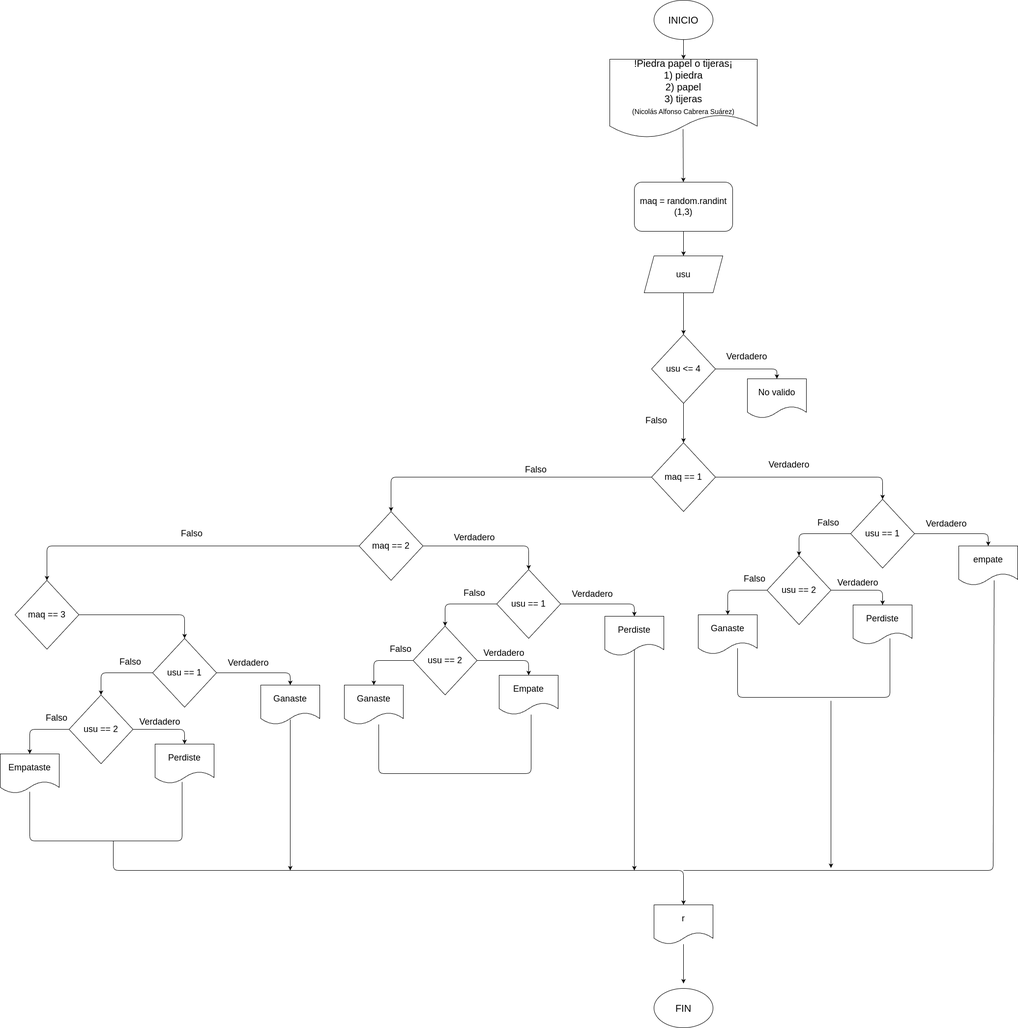
Earlier version of the draw.io export Diagrama.png (Nicolas942/Piedra_papel_tijeras). Source tidied: cells renumbered, new cells last; positions are measured from the earlier drawing's top-left corner, leaving out a move shared by most shapes.
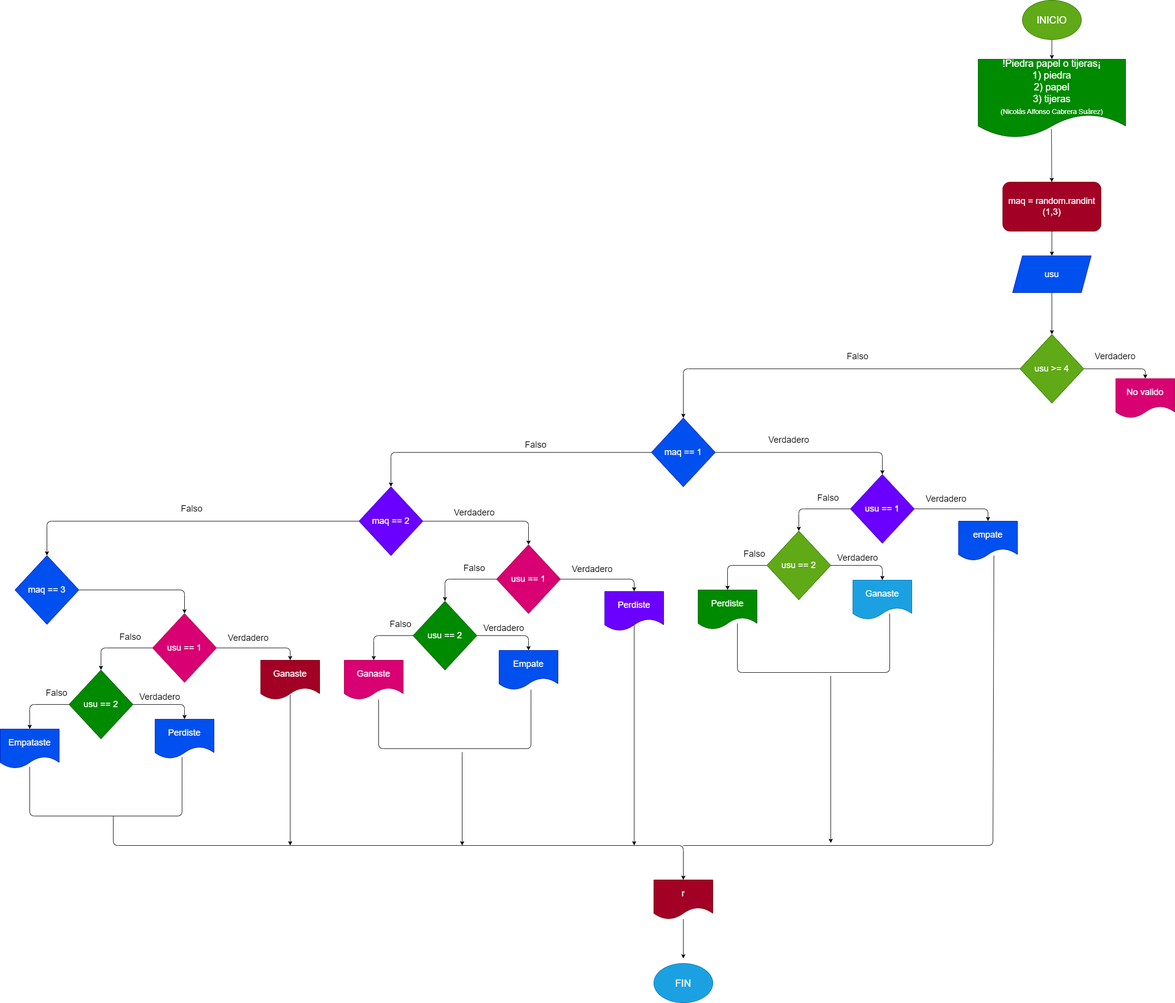
Above is the later version.

Change to the diagram source:
```diff
@@ -5,26 +5,26 @@
     <mxCell id="2" style="edgeStyle=none;html=1;fontSize=18;" parent="1" edge="1" source="3" target="5">
       <mxGeometry relative="1" as="geometry" />
     </mxCell>
-    <mxCell id="3" value="&lt;font style=&quot;font-size: 20px;&quot;&gt;INICIO&lt;/font&gt;" style="ellipse;whiteSpace=wrap;html=1;" parent="1" vertex="1">
-      <mxGeometry x="1330" width="120" height="80" as="geometry" />
+    <mxCell id="3" value="&lt;font style=&quot;font-size: 20px;&quot;&gt;INICIO&lt;/font&gt;" style="ellipse;whiteSpace=wrap;html=1;fillColor=#60a917;fontColor=#ffffff;strokeColor=#2D7600;" parent="1" vertex="1">
+      <mxGeometry x="2080" y="50" width="120" height="80" as="geometry" />
     </mxCell>
     <mxCell id="4" style="edgeStyle=none;html=1;fontSize=18;exitX=0.497;exitY=0.888;exitDx=0;exitDy=0;exitPerimeter=0;" parent="1" edge="1" source="5" target="7">
       <mxGeometry relative="1" as="geometry" />
     </mxCell>
-    <mxCell id="5" value="!Piedra papel o tijeras¡&lt;br&gt;1) piedra&lt;br&gt;2) papel&lt;br&gt;3) tijeras&lt;br&gt;&lt;div style=&quot;&quot;&gt;&lt;span style=&quot;font-size: 14px; background-color: initial;&quot;&gt;(Nicolás Alfonso Cabrera Suárez)&lt;/span&gt;&lt;/div&gt;" style="shape=document;whiteSpace=wrap;html=1;boundedLbl=1;fontSize=20;align=center;" parent="1" vertex="1">
-      <mxGeometry x="1240" y="120" width="300" height="160" as="geometry" />
+    <mxCell id="5" value="!Piedra papel o tijeras¡&lt;br&gt;1) piedra&lt;br&gt;2) papel&lt;br&gt;3) tijeras&lt;br&gt;&lt;div style=&quot;&quot;&gt;&lt;span style=&quot;font-size: 14px; background-color: initial;&quot;&gt;(Nicolás Alfonso Cabrera Suárez)&lt;/span&gt;&lt;/div&gt;" style="shape=document;whiteSpace=wrap;html=1;boundedLbl=1;fontSize=20;align=center;fillColor=#008a00;fontColor=#ffffff;strokeColor=#005700;" parent="1" vertex="1">
+      <mxGeometry x="1990" y="170" width="300" height="160" as="geometry" />
     </mxCell>
     <mxCell id="6" style="edgeStyle=none;html=1;fontSize=18;" parent="1" edge="1" source="7" target="9">
       <mxGeometry relative="1" as="geometry" />
     </mxCell>
-    <mxCell id="7" value="&lt;font style=&quot;font-size: 18px;&quot;&gt;maq = random.randint (1,3)&lt;/font&gt;" style="rounded=1;whiteSpace=wrap;html=1;fontSize=14;" parent="1" vertex="1">
-      <mxGeometry x="1290" y="370" width="200" height="100" as="geometry" />
+    <mxCell id="7" value="&lt;font style=&quot;font-size: 18px;&quot;&gt;maq = random.randint (1,3)&lt;/font&gt;" style="rounded=1;whiteSpace=wrap;html=1;fontSize=14;fillColor=#a20025;fontColor=#ffffff;strokeColor=#6F0000;" parent="1" vertex="1">
+      <mxGeometry x="2040" y="420" width="200" height="100" as="geometry" />
     </mxCell>
     <mxCell id="8" style="edgeStyle=none;html=1;fontSize=18;" parent="1" edge="1" source="9" target="46">
       <mxGeometry relative="1" as="geometry" />
     </mxCell>
-    <mxCell id="9" value="usu" style="shape=parallelogram;perimeter=parallelogramPerimeter;whiteSpace=wrap;html=1;fixedSize=1;fontSize=18;" parent="1" vertex="1">
-      <mxGeometry x="1310" y="520" width="160" height="75" as="geometry" />
+    <mxCell id="9" value="usu" style="shape=parallelogram;perimeter=parallelogramPerimeter;whiteSpace=wrap;html=1;fixedSize=1;fontSize=18;fillColor=#0050ef;fontColor=#ffffff;strokeColor=#001DBC;" parent="1" vertex="1">
+      <mxGeometry x="2060" y="570" width="160" height="75" as="geometry" />
     </mxCell>
     <mxCell id="10" style="edgeStyle=none;html=1;exitX=1;exitY=0.5;exitDx=0;exitDy=0;entryX=0.5;entryY=0;entryDx=0;entryDy=0;fontSize=18;" parent="1" edge="1" source="12" target="15">
       <mxGeometry relative="1" as="geometry">
@@ -40,7 +40,7 @@
         </Array>
       </mxGeometry>
     </mxCell>
-    <mxCell id="12" value="maq == 1" style="rhombus;whiteSpace=wrap;html=1;fontSize=18;" parent="1" vertex="1">
+    <mxCell id="12" value="maq == 1" style="rhombus;whiteSpace=wrap;html=1;fontSize=18;fillColor=#0050ef;fontColor=#ffffff;strokeColor=#001DBC;" parent="1" vertex="1">
       <mxGeometry x="1325" y="900" width="130" height="140" as="geometry" />
     </mxCell>
     <mxCell id="13" style="edgeStyle=none;html=1;entryX=0.5;entryY=0;entryDx=0;entryDy=0;fontSize=18;" parent="1" edge="1" source="15" target="19">
@@ -57,10 +57,10 @@
         </Array>
       </mxGeometry>
     </mxCell>
-    <mxCell id="15" value="usu == 1" style="rhombus;whiteSpace=wrap;html=1;fontSize=18;" parent="1" vertex="1">
+    <mxCell id="15" value="usu == 1" style="rhombus;whiteSpace=wrap;html=1;fontSize=18;fillColor=#6a00ff;fontColor=#ffffff;strokeColor=#3700CC;" parent="1" vertex="1">
       <mxGeometry x="1730" y="1015" width="130" height="140" as="geometry" />
     </mxCell>
-    <mxCell id="16" value="empate" style="shape=document;whiteSpace=wrap;html=1;boundedLbl=1;fontSize=18;" parent="1" vertex="1">
+    <mxCell id="16" value="empate" style="shape=document;whiteSpace=wrap;html=1;boundedLbl=1;fontSize=18;fillColor=#0050ef;fontColor=#ffffff;strokeColor=#001DBC;" parent="1" vertex="1">
       <mxGeometry x="1950" y="1110" width="120" height="80" as="geometry" />
     </mxCell>
     <mxCell id="17" style="edgeStyle=none;html=1;entryX=0.5;entryY=0;entryDx=0;entryDy=0;fontSize=18;" parent="1" edge="1" source="19" target="21">
@@ -77,13 +77,13 @@
         </Array>
       </mxGeometry>
     </mxCell>
-    <mxCell id="19" value="usu == 2" style="rhombus;whiteSpace=wrap;html=1;fontSize=18;" parent="1" vertex="1">
+    <mxCell id="19" value="usu == 2" style="rhombus;whiteSpace=wrap;html=1;fontSize=18;fillColor=#60a917;fontColor=#ffffff;strokeColor=#2D7600;" parent="1" vertex="1">
       <mxGeometry x="1560" y="1130" width="130" height="140" as="geometry" />
     </mxCell>
-    <mxCell id="20" value="Perdiste" style="shape=document;whiteSpace=wrap;html=1;boundedLbl=1;fontSize=18;" parent="1" vertex="1">
+    <mxCell id="20" value="Ganaste" style="shape=document;whiteSpace=wrap;html=1;boundedLbl=1;fontSize=18;fillColor=#1ba1e2;fontColor=#ffffff;strokeColor=#006EAF;" parent="1" vertex="1">
       <mxGeometry x="1735" y="1230" width="120" height="80" as="geometry" />
     </mxCell>
-    <mxCell id="21" value="Ganaste" style="shape=document;whiteSpace=wrap;html=1;boundedLbl=1;fontSize=18;" parent="1" vertex="1">
+    <mxCell id="21" value="Perdiste" style="shape=document;whiteSpace=wrap;html=1;boundedLbl=1;fontSize=18;fillColor=#008a00;fontColor=#ffffff;strokeColor=#005700;" parent="1" vertex="1">
       <mxGeometry x="1420" y="1250" width="120" height="80" as="geometry" />
     </mxCell>
     <mxCell id="22" value="Verdadero" style="text;html=1;strokeColor=none;fillColor=none;align=center;verticalAlign=middle;whiteSpace=wrap;rounded=0;fontSize=18;" parent="1" vertex="1">
@@ -115,7 +115,7 @@
         </Array>
       </mxGeometry>
     </mxCell>
-    <mxCell id="29" value="usu == 1" style="rhombus;whiteSpace=wrap;html=1;fontSize=18;" parent="1" vertex="1">
+    <mxCell id="29" value="usu == 1" style="rhombus;whiteSpace=wrap;html=1;fontSize=18;fillColor=#d80073;fontColor=#ffffff;strokeColor=#A50040;" parent="1" vertex="1">
       <mxGeometry x="1010" y="1158" width="130" height="140" as="geometry" />
     </mxCell>
     <mxCell id="30" style="edgeStyle=none;html=1;fontSize=18;" parent="1" edge="1">
@@ -124,7 +124,7 @@
         <mxPoint x="1290" y="1770" as="targetPoint" />
       </mxGeometry>
     </mxCell>
-    <mxCell id="31" value="Perdiste" style="shape=document;whiteSpace=wrap;html=1;boundedLbl=1;fontSize=18;" parent="1" vertex="1">
+    <mxCell id="31" value="Perdiste" style="shape=document;whiteSpace=wrap;html=1;boundedLbl=1;fontSize=18;fillColor=#6a00ff;fontColor=#ffffff;strokeColor=#3700CC;" parent="1" vertex="1">
       <mxGeometry x="1230" y="1253" width="120" height="80" as="geometry" />
     </mxCell>
     <mxCell id="32" style="edgeStyle=none;html=1;entryX=0.5;entryY=0;entryDx=0;entryDy=0;fontSize=18;" parent="1" edge="1" source="34" target="36">
@@ -141,13 +141,13 @@
         </Array>
       </mxGeometry>
     </mxCell>
-    <mxCell id="34" value="usu == 2" style="rhombus;whiteSpace=wrap;html=1;fontSize=18;" parent="1" vertex="1">
+    <mxCell id="34" value="usu == 2" style="rhombus;whiteSpace=wrap;html=1;fontSize=18;fillColor=#008a00;fontColor=#ffffff;strokeColor=#005700;" parent="1" vertex="1">
       <mxGeometry x="840" y="1273" width="130" height="140" as="geometry" />
     </mxCell>
-    <mxCell id="35" value="Empate" style="shape=document;whiteSpace=wrap;html=1;boundedLbl=1;fontSize=18;" parent="1" vertex="1">
+    <mxCell id="35" value="Empate" style="shape=document;whiteSpace=wrap;html=1;boundedLbl=1;fontSize=18;fillColor=#0050ef;fontColor=#ffffff;strokeColor=#001DBC;" parent="1" vertex="1">
       <mxGeometry x="1015" y="1373" width="120" height="80" as="geometry" />
     </mxCell>
-    <mxCell id="36" value="Ganaste" style="shape=document;whiteSpace=wrap;html=1;boundedLbl=1;fontSize=18;" parent="1" vertex="1">
+    <mxCell id="36" value="Ganaste" style="shape=document;whiteSpace=wrap;html=1;boundedLbl=1;fontSize=18;fillColor=#d80073;fontColor=#ffffff;strokeColor=#A50040;" parent="1" vertex="1">
       <mxGeometry x="700" y="1393" width="120" height="80" as="geometry" />
     </mxCell>
     <mxCell id="37" value="Verdadero" style="text;html=1;strokeColor=none;fillColor=none;align=center;verticalAlign=middle;whiteSpace=wrap;rounded=0;fontSize=18;" parent="1" vertex="1">
@@ -176,30 +176,34 @@
         </Array>
       </mxGeometry>
     </mxCell>
-    <mxCell id="43" value="maq == 2" style="rhombus;whiteSpace=wrap;html=1;fontSize=18;" parent="1" vertex="1">
+    <mxCell id="43" value="maq == 2" style="rhombus;whiteSpace=wrap;html=1;fontSize=18;fillColor=#6a00ff;fontColor=#ffffff;strokeColor=#3700CC;" parent="1" vertex="1">
       <mxGeometry x="730" y="1040" width="130" height="140" as="geometry" />
     </mxCell>
+    <mxCell id="45" style="edgeStyle=none;html=1;entryX=0.5;entryY=0;entryDx=0;entryDy=0;fontSize=18;" parent="1" edge="1" source="46" target="47">
+      <mxGeometry relative="1" as="geometry">
+        <Array as="points">
+          <mxPoint x="2330" y="800" />
+        </Array>
+      </mxGeometry>
+    </mxCell>
-    <mxCell id="44" style="edgeStyle=none;html=1;fontSize=18;" parent="1" edge="1" source="46" target="12">
-      <mxGeometry relative="1" as="geometry" />
+    <mxCell id="44" style="edgeStyle=none;html=1;entryX=0.5;entryY=0;entryDx=0;entryDy=0;" parent="1" edge="1" source="46" target="12">
+      <mxGeometry relative="1" as="geometry">
+        <Array as="points">
+          <mxPoint x="1390" y="800" />
+        </Array>
+      </mxGeometry>
     </mxCell>
-    <mxCell id="45" style="edgeStyle=none;html=1;entryX=0.5;entryY=0;entryDx=0;entryDy=0;fontSize=18;" parent="1" edge="1" source="46" target="47">
-      <mxGeometry relative="1" as="geometry">
-        <Array as="points">
-          <mxPoint x="1580" y="750" />
-        </Array>
-      </mxGeometry>
-    </mxCell>
-    <mxCell id="46" value="usu &amp;lt;= 4" style="rhombus;whiteSpace=wrap;html=1;fontSize=18;" parent="1" vertex="1">
-      <mxGeometry x="1325" y="680" width="130" height="140" as="geometry" />
+    <mxCell id="46" value="usu &amp;gt;= 4" style="rhombus;whiteSpace=wrap;html=1;fontSize=18;fillColor=#60a917;fontColor=#ffffff;strokeColor=#2D7600;" parent="1" vertex="1">
+      <mxGeometry x="2075" y="730" width="130" height="140" as="geometry" />
     </mxCell>
-    <mxCell id="47" value="No valido" style="shape=document;whiteSpace=wrap;html=1;boundedLbl=1;fontSize=18;" parent="1" vertex="1">
-      <mxGeometry x="1520" y="770" width="120" height="80" as="geometry" />
+    <mxCell id="47" value="No valido" style="shape=document;whiteSpace=wrap;html=1;boundedLbl=1;fontSize=18;fillColor=#d80073;fontColor=#ffffff;strokeColor=#A50040;" parent="1" vertex="1">
+      <mxGeometry x="2270" y="820" width="120" height="80" as="geometry" />
     </mxCell>
     <mxCell id="48" value="Verdadero" style="text;html=1;strokeColor=none;fillColor=none;align=center;verticalAlign=middle;whiteSpace=wrap;rounded=0;fontSize=18;" parent="1" vertex="1">
-      <mxGeometry x="1474" y="710" width="90" height="30" as="geometry" />
+      <mxGeometry x="2224" y="760" width="90" height="30" as="geometry" />
     </mxCell>
     <mxCell id="49" value="Falso" style="text;html=1;strokeColor=none;fillColor=none;align=center;verticalAlign=middle;whiteSpace=wrap;rounded=0;fontSize=18;" parent="1" vertex="1">
-      <mxGeometry x="1290" y="840" width="90" height="30" as="geometry" />
+      <mxGeometry x="1700" y="760" width="90" height="30" as="geometry" />
     </mxCell>
     <mxCell id="50" style="edgeStyle=none;html=1;entryX=0.5;entryY=0;entryDx=0;entryDy=0;fontSize=18;" parent="1" edge="1" source="52" target="57">
       <mxGeometry relative="1" as="geometry">
@@ -215,7 +219,7 @@
         </Array>
       </mxGeometry>
     </mxCell>
-    <mxCell id="52" value="usu == 1" style="rhombus;whiteSpace=wrap;html=1;fontSize=18;" parent="1" vertex="1">
+    <mxCell id="52" value="usu == 1" style="rhombus;whiteSpace=wrap;html=1;fontSize=18;fillColor=#d80073;fontColor=#ffffff;strokeColor=#A50040;" parent="1" vertex="1">
       <mxGeometry x="310" y="1298" width="130" height="140" as="geometry" />
     </mxCell>
     <mxCell id="53" style="edgeStyle=none;html=1;fontSize=18;" parent="1" edge="1">
@@ -224,7 +228,7 @@
         <mxPoint x="590" y="1770" as="targetPoint" />
       </mxGeometry>
     </mxCell>
-    <mxCell id="54" value="Ganaste" style="shape=document;whiteSpace=wrap;html=1;boundedLbl=1;fontSize=18;" parent="1" vertex="1">
+    <mxCell id="54" value="Ganaste" style="shape=document;whiteSpace=wrap;html=1;boundedLbl=1;fontSize=18;fillColor=#a20025;fontColor=#ffffff;strokeColor=#6F0000;" parent="1" vertex="1">
       <mxGeometry x="530" y="1393" width="120" height="80" as="geometry" />
     </mxCell>
     <mxCell id="55" style="edgeStyle=none;html=1;entryX=0.5;entryY=0;entryDx=0;entryDy=0;fontSize=18;" parent="1" edge="1" source="57" target="59">
@@ -241,13 +245,13 @@
         </Array>
       </mxGeometry>
     </mxCell>
-    <mxCell id="57" value="usu == 2" style="rhombus;whiteSpace=wrap;html=1;fontSize=18;" parent="1" vertex="1">
+    <mxCell id="57" value="usu == 2" style="rhombus;whiteSpace=wrap;html=1;fontSize=18;fillColor=#008a00;fontColor=#ffffff;strokeColor=#005700;" parent="1" vertex="1">
       <mxGeometry x="140" y="1413" width="130" height="140" as="geometry" />
     </mxCell>
-    <mxCell id="58" value="Perdiste" style="shape=document;whiteSpace=wrap;html=1;boundedLbl=1;fontSize=18;" parent="1" vertex="1">
+    <mxCell id="58" value="Perdiste" style="shape=document;whiteSpace=wrap;html=1;boundedLbl=1;fontSize=18;fillColor=#0050ef;fontColor=#ffffff;strokeColor=#001DBC;" parent="1" vertex="1">
       <mxGeometry x="315" y="1513" width="120" height="80" as="geometry" />
     </mxCell>
-    <mxCell id="59" value="Empataste" style="shape=document;whiteSpace=wrap;html=1;boundedLbl=1;fontSize=18;" parent="1" vertex="1">
+    <mxCell id="59" value="Empataste" style="shape=document;whiteSpace=wrap;html=1;boundedLbl=1;fontSize=18;fillColor=#0050ef;fontColor=#ffffff;strokeColor=#001DBC;" parent="1" vertex="1">
       <mxGeometry y="1533" width="120" height="80" as="geometry" />
     </mxCell>
     <mxCell id="60" value="Verdadero" style="text;html=1;strokeColor=none;fillColor=none;align=center;verticalAlign=middle;whiteSpace=wrap;rounded=0;fontSize=18;" parent="1" vertex="1">
@@ -269,7 +273,7 @@
         </Array>
       </mxGeometry>
     </mxCell>
-    <mxCell id="65" value="maq == 3" style="rhombus;whiteSpace=wrap;html=1;fontSize=18;" parent="1" vertex="1">
+    <mxCell id="65" value="maq == 3" style="rhombus;whiteSpace=wrap;html=1;fontSize=18;fillColor=#0050ef;fontColor=#ffffff;strokeColor=#001DBC;" parent="1" vertex="1">
       <mxGeometry x="30" y="1180" width="130" height="140" as="geometry" />
     </mxCell>
     <mxCell id="66" value="Falso" style="text;html=1;strokeColor=none;fillColor=none;align=center;verticalAlign=middle;whiteSpace=wrap;rounded=0;fontSize=18;" parent="1" vertex="1">
@@ -283,7 +287,7 @@
         <mxPoint x="1390" y="2000" as="targetPoint" />
       </mxGeometry>
     </mxCell>
-    <mxCell id="69" value="r" style="shape=document;whiteSpace=wrap;html=1;boundedLbl=1;fontSize=18;" parent="1" vertex="1">
+    <mxCell id="69" value="r" style="shape=document;whiteSpace=wrap;html=1;boundedLbl=1;fontSize=18;fillColor=#a20025;fontColor=#ffffff;strokeColor=#6F0000;" parent="1" vertex="1">
       <mxGeometry x="1330" y="1840" width="120" height="80" as="geometry" />
     </mxCell>
     <mxCell id="70" style="endArrow=none;html=1;fontSize=18;entryX=0.5;entryY=0.963;entryDx=0;entryDy=0;entryPerimeter=0;" parent="1" edge="1" target="59">
@@ -364,8 +368,14 @@
         <mxPoint x="1690" y="1765" as="targetPoint" />
       </mxGeometry>
     </mxCell>
-    <mxCell id="80" value="&lt;font style=&quot;font-size: 20px;&quot;&gt;FIN&lt;/font&gt;" style="ellipse;whiteSpace=wrap;html=1;" parent="1" vertex="1">
+    <mxCell id="80" value="&lt;font style=&quot;font-size: 20px;&quot;&gt;FIN&lt;/font&gt;" style="ellipse;whiteSpace=wrap;html=1;fillColor=#1ba1e2;fontColor=#ffffff;strokeColor=#006EAF;" parent="1" vertex="1">
       <mxGeometry x="1330" y="2010" width="120" height="80" as="geometry" />
     </mxCell>
+    <mxCell id="81" style="endArrow=classic;html=1;fontSize=18;" parent="1" edge="1">
+      <mxGeometry relative="1" as="geometry">
+        <mxPoint x="940" y="1580" as="sourcePoint" />
+        <mxPoint x="940" y="1770" as="targetPoint" />
+      </mxGeometry>
+    </mxCell>
   </root>
 </mxGraphModel>
```
